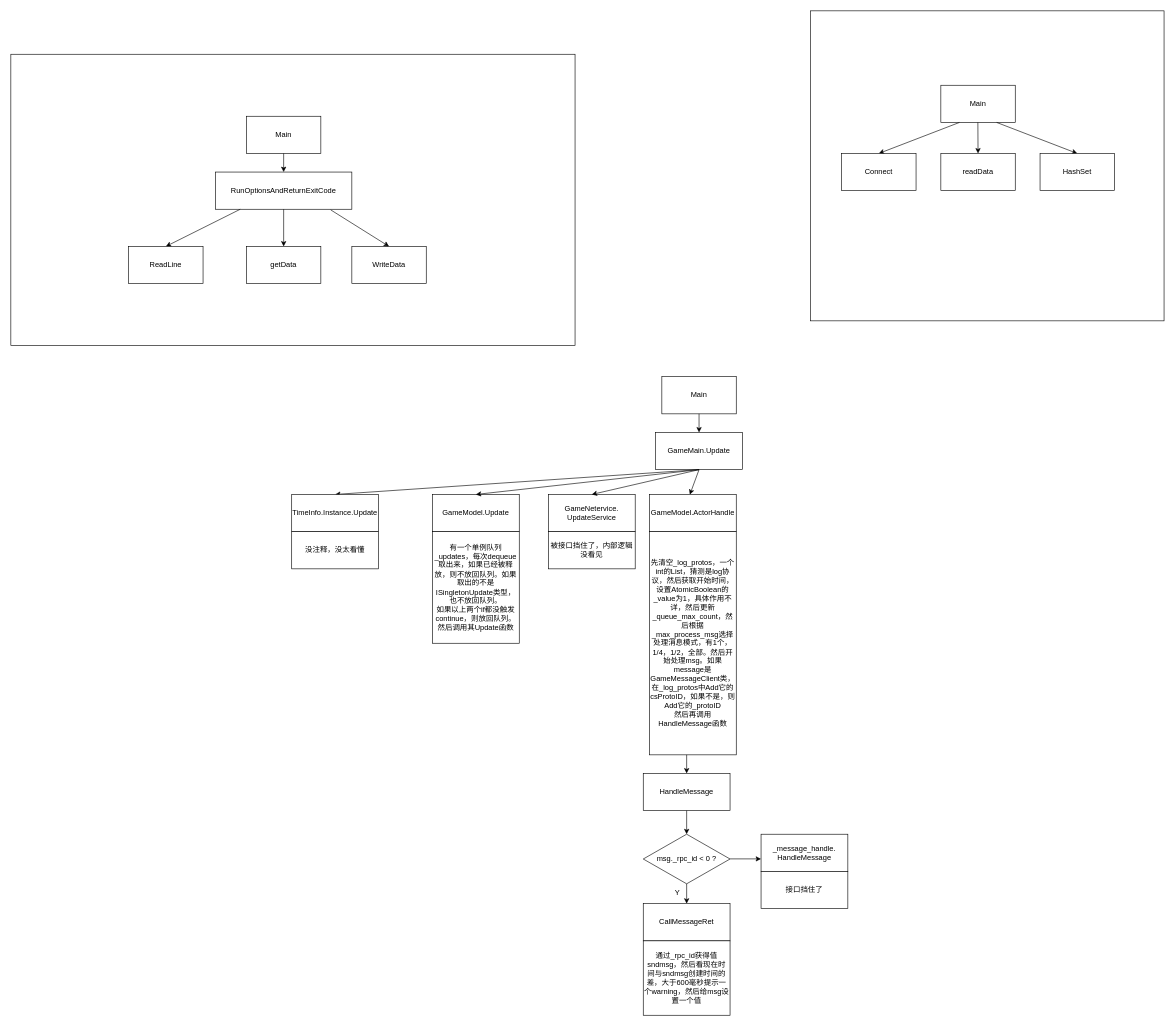
Eacie/draw keeps this draw.io diagram as 流程图.drawio. Above is the earlier version. Source tidied: cells renumbered, new cells numbered last; positions are measured from the earlier drawing's top-left corner, leaving out a move shared by most shapes. Both pictures are drawn from the tidied source at 62%, with x=0, y=0 at pixel (11, 11).
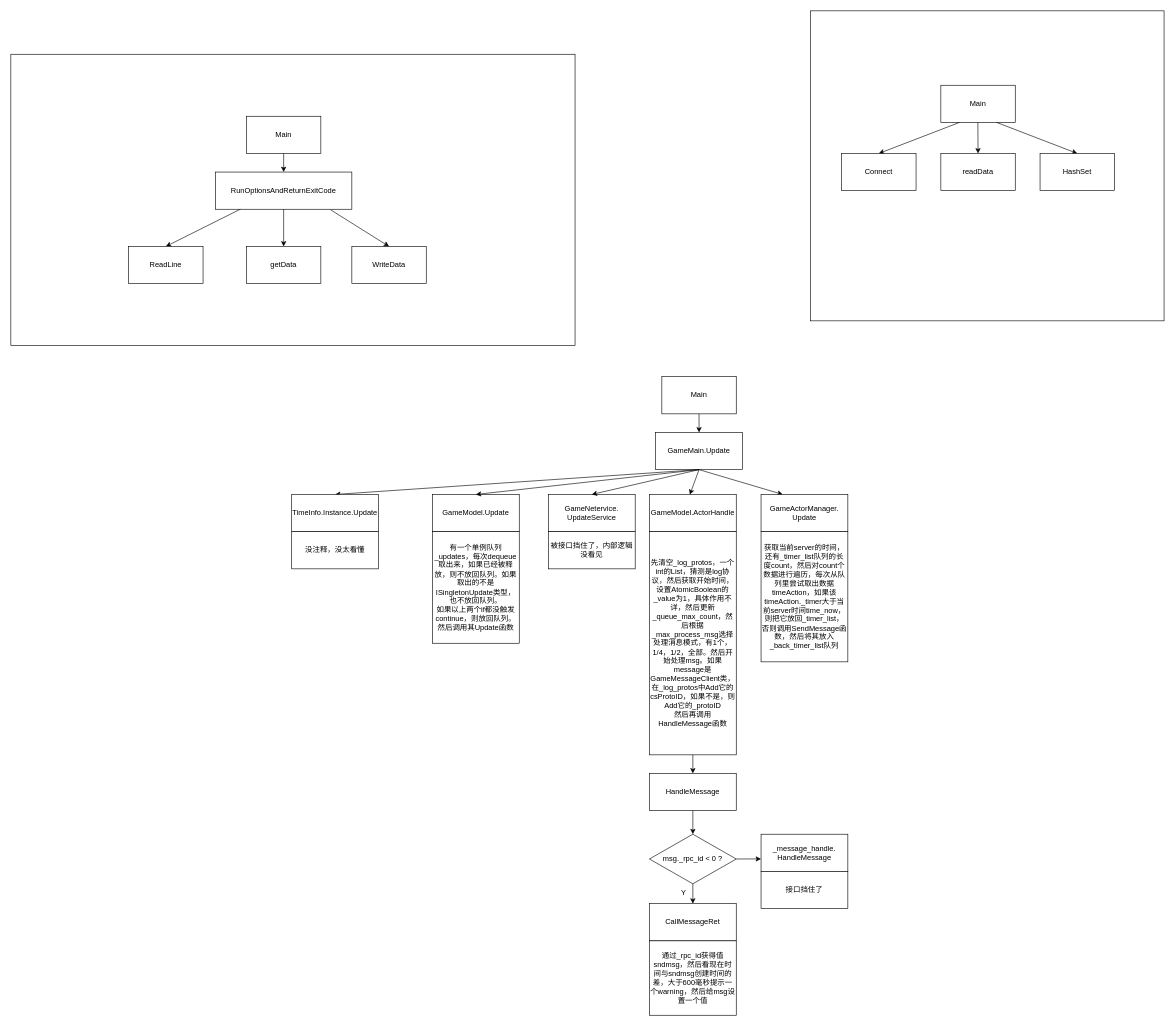
The same page after the edit.

Commit message:
更新流程图.drawio

The change refers to these unchanged cells:
```xml
<mxCell id="34" value="先清空_log_protos，一个int的List，猜测是log协议，然后获取开始时间，设置AtomicBoolean的_value为1，具体作用不详，然后更新_queue_max_count，然后根据_max_process_msg选择处理消息模式，有1个，1/4，1/2，全部。然后开始处理msg。如果message是GameMessageClient类，在_log_protos中Add它的csProtoID，如果不是，则Add它的_protoID&lt;br&gt;然后再调用HandleMessage函数" style="rounded=0;whiteSpace=wrap;html=1;" parent="1" vertex="1">
  <mxGeometry x="1030" y="840" width="140" height="360" as="geometry" />
</mxCell>
```

Change to the diagram source:
```diff
@@
-    <mxCell id="35" style="endArrow=classic;html=1;rounded=0;entryX=0.5;entryY=0;entryDx=0;entryDy=0;" parent="1" edge="1" target="36">
-      <mxGeometry relative="1" as="geometry">
-        <mxPoint x="1090" y="1200" as="sourcePoint" />
-      </mxGeometry>
+    <mxCell id="35" style="endArrow=classic;html=1;rounded=0;entryX=0.5;entryY=0;entryDx=0;entryDy=0;exitX=0.5;exitY=1;exitDx=0;exitDy=0;" parent="1" edge="1" source="34" target="36">
+      <mxGeometry relative="1" as="geometry" />
     </mxCell>
     <mxCell id="36" value="HandleMessage" style="rounded=0;whiteSpace=wrap;html=1;" parent="1" vertex="1">
-      <mxGeometry x="1020" y="1230" width="140" height="60" as="geometry" />
+      <mxGeometry x="1030" y="1230" width="140" height="60" as="geometry" />
     </mxCell>
@@
     <mxCell id="38" value="msg._rpc_id &amp;lt; 0 ?" style="rhombus;whiteSpace=wrap;html=1;" parent="1" vertex="1">
-      <mxGeometry x="1020" y="1328" width="140" height="80" as="geometry" />
+      <mxGeometry x="1030" y="1328" width="140" height="80" as="geometry" />
     </mxCell>
@@
     <mxCell id="40" value="Y" style="text;html=1;align=center;verticalAlign=middle;strokeColor=none;fillColor=none;" parent="1" vertex="1">
-      <mxGeometry x="1060" y="1408" width="30" height="30" as="geometry" />
+      <mxGeometry x="1070" y="1408" width="30" height="30" as="geometry" />
     </mxCell>
     <mxCell id="41" value="CallMessageRet" style="rounded=0;whiteSpace=wrap;html=1;" parent="1" vertex="1">
-      <mxGeometry x="1020" y="1440" width="140" height="60" as="geometry" />
+      <mxGeometry x="1030" y="1440" width="140" height="60" as="geometry" />
     </mxCell>
     <mxCell id="42" style="endArrow=classic;html=1;rounded=0;" parent="1" edge="1">
       <mxGeometry relative="1" as="geometry">
-        <mxPoint x="1160" y="1367.8" as="sourcePoint" />
+        <mxPoint x="1170" y="1368" as="sourcePoint" />
         <mxPoint x="1210" y="1367.8" as="targetPoint" />
       </mxGeometry>
     </mxCell>
@@
     <mxCell id="45" value="通过_rpc_id获得值sndmsg，然后看现在时间与sndmsg创建时间的差，大于600毫秒提示一个warning，然后给msg设置一个值" style="rounded=0;whiteSpace=wrap;html=1;" parent="1" vertex="1">
-      <mxGeometry x="1020" y="1500" width="140" height="120" as="geometry" />
+      <mxGeometry x="1030" y="1500" width="140" height="120" as="geometry" />
     </mxCell>
+    <mxCell id="46" style="endArrow=classic;html=1;rounded=0;entryX=0.25;entryY=0;entryDx=0;entryDy=0;" parent="1" edge="1" target="47">
+      <mxGeometry relative="1" as="geometry">
+        <mxPoint x="1110" y="740" as="sourcePoint" />
+      </mxGeometry>
+    </mxCell>
+    <mxCell id="47" value="GameActorManager.&lt;br&gt;Update" style="rounded=0;whiteSpace=wrap;html=1;" parent="1" vertex="1">
+      <mxGeometry x="1210" y="780" width="140" height="60" as="geometry" />
+    </mxCell>
+    <mxCell id="48" value="获取当前server的时间，还有_timer_list队列的长度count，然后对count个数据进行遍历，每次从队列里尝试取出数据timeAction，如果该timeAction._timer大于当前server时间time_now，则把它放回_timer_list，否则调用SendMessage函数，然后将其放入_back_timer_list队列" style="rounded=0;whiteSpace=wrap;html=1;" parent="1" vertex="1">
+      <mxGeometry x="1210" y="840" width="140" height="210" as="geometry" />
+    </mxCell>
```
